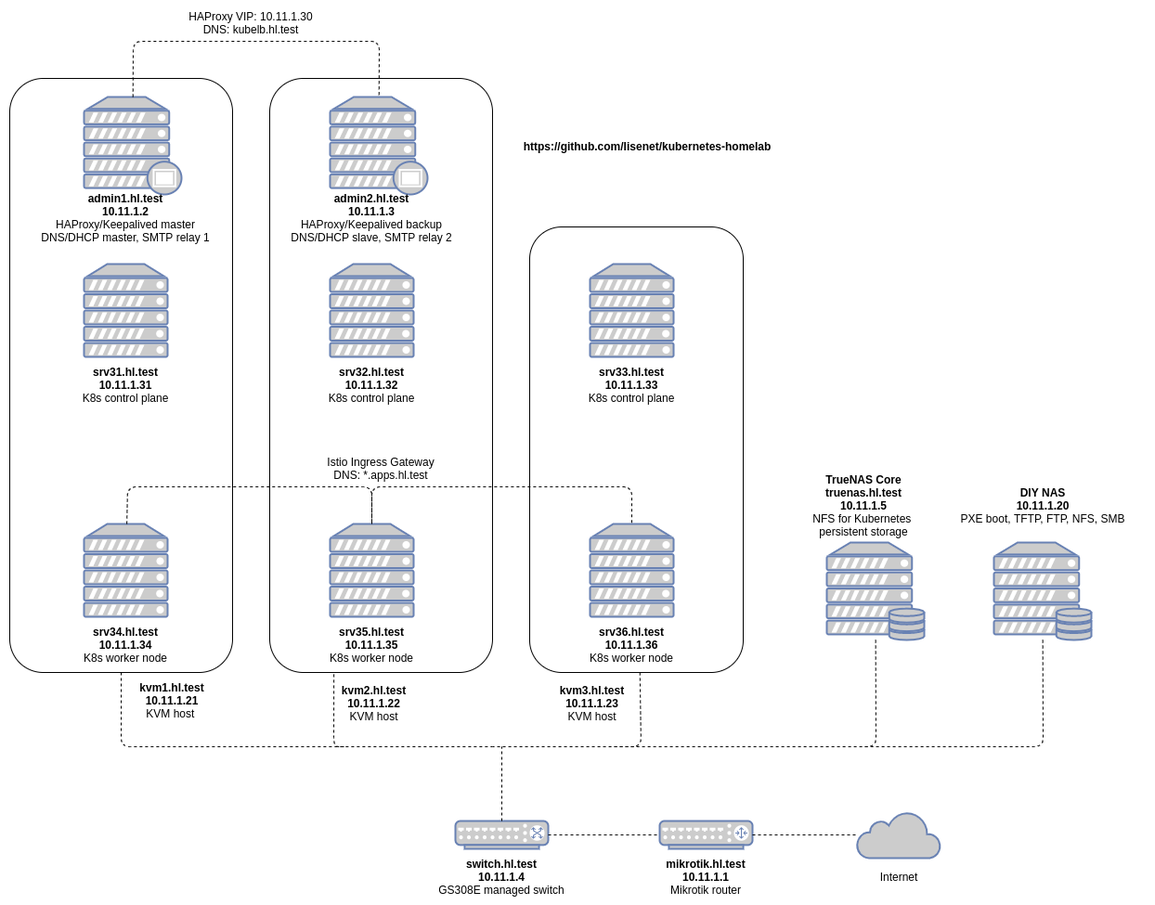
Earlier version of the draw.io export docs/kubernetes-homelab-diagram.png (lisenet/kubernetes-homelab). Source tidied: cells renumbered, new cells last; positions are measured from the earlier drawing's top-left corner, leaving out a move shared by most shapes. The source it was exported from:
```xml
<mxGraphModel>
  <root>
    <mxCell id="0" />
    <mxCell id="1" parent="0" />
    <mxCell id="2" style="fontColor=#0066CC;verticalAlign=top;verticalLabelPosition=bottom;labelPosition=center;align=center;html=1;fillColor=#CCCCCC;strokeColor=#6881B3;gradientColor=none;gradientDirection=north;strokeWidth=2;shape=mxgraph.networks.server;" parent="1" vertex="1">
      <mxGeometry x="80" y="270" width="90" height="100" as="geometry" />
    </mxCell>
    <mxCell id="3" style="fontColor=#0066CC;verticalAlign=top;verticalLabelPosition=bottom;labelPosition=center;align=center;html=1;outlineConnect=0;fillColor=#CCCCCC;strokeColor=#6881B3;gradientColor=none;gradientDirection=north;strokeWidth=2;shape=mxgraph.networks.server;" parent="1" vertex="1">
      <mxGeometry x="80" y="550" width="90" height="100" as="geometry" />
    </mxCell>
    <mxCell id="4" style="fontColor=#0066CC;verticalAlign=top;verticalLabelPosition=bottom;labelPosition=center;align=center;html=1;outlineConnect=0;fillColor=#CCCCCC;strokeColor=#6881B3;gradientColor=none;gradientDirection=north;strokeWidth=2;shape=mxgraph.networks.proxy_server;" parent="1" vertex="1">
      <mxGeometry x="80" y="90" width="105" height="105" as="geometry" />
    </mxCell>
    <mxCell id="5" value="&lt;b&gt;admin1.hl.test&lt;br&gt;10.11.1.2&lt;br&gt;&lt;/b&gt;HAProxy/Keepalived master&lt;br&gt;DNS/DHCP master, SMTP relay 1" style="text;html=1;strokeColor=none;fillColor=none;align=center;verticalAlign=middle;whiteSpace=wrap;rounded=0;" parent="1" vertex="1">
      <mxGeometry x="15" y="210" width="220" height="20" as="geometry" />
    </mxCell>
    <mxCell id="6" value="&lt;b&gt;srv31.hl.test&lt;br&gt;10.11.1.31&lt;br&gt;&lt;/b&gt;K8s control plane" style="text;html=1;strokeColor=none;fillColor=none;align=center;verticalAlign=middle;whiteSpace=wrap;rounded=0;" parent="1" vertex="1">
      <mxGeometry x="15" y="390" width="220" height="20" as="geometry" />
    </mxCell>
    <mxCell id="7" value="&lt;b&gt;srv34.hl.test&lt;br&gt;10.11.1.34&lt;br&gt;&lt;/b&gt;K8s worker node" style="text;html=1;strokeColor=none;fillColor=none;align=center;verticalAlign=middle;whiteSpace=wrap;rounded=0;" parent="1" vertex="1">
      <mxGeometry x="15" y="670" width="220" height="20" as="geometry" />
    </mxCell>
    <mxCell id="8" style="fontColor=#0066CC;verticalAlign=top;verticalLabelPosition=bottom;labelPosition=center;align=center;html=1;fillColor=#CCCCCC;strokeColor=#6881B3;gradientColor=none;gradientDirection=north;strokeWidth=2;shape=mxgraph.networks.server;" parent="1" vertex="1">
      <mxGeometry x="345" y="270" width="90" height="100" as="geometry" />
    </mxCell>
    <mxCell id="9" style="fontColor=#0066CC;verticalAlign=top;verticalLabelPosition=bottom;labelPosition=center;align=center;html=1;outlineConnect=0;fillColor=#CCCCCC;strokeColor=#6881B3;gradientColor=none;gradientDirection=north;strokeWidth=2;shape=mxgraph.networks.server;" parent="1" vertex="1">
      <mxGeometry x="345" y="550" width="90" height="100" as="geometry" />
    </mxCell>
    <mxCell id="10" style="fontColor=#0066CC;verticalAlign=top;verticalLabelPosition=bottom;labelPosition=center;align=center;html=1;outlineConnect=0;fillColor=#CCCCCC;strokeColor=#6881B3;gradientColor=none;gradientDirection=north;strokeWidth=2;shape=mxgraph.networks.proxy_server;" parent="1" vertex="1">
      <mxGeometry x="345" y="90" width="105" height="105" as="geometry" />
    </mxCell>
    <mxCell id="11" value="&lt;b&gt;admin2.hl.test&lt;br&gt;10.11.1.3&lt;br&gt;&lt;/b&gt;HAProxy/Keepalived backup&lt;br&gt;DNS/DHCP slave, SMTP relay 2" style="text;html=1;strokeColor=none;fillColor=none;align=center;verticalAlign=middle;whiteSpace=wrap;rounded=0;" parent="1" vertex="1">
      <mxGeometry x="280" y="210" width="220" height="20" as="geometry" />
    </mxCell>
    <mxCell id="12" value="&lt;b&gt;srv32.hl.test&lt;br&gt;10.11.1.32&lt;br&gt;&lt;/b&gt;K8s control plane" style="text;html=1;strokeColor=none;fillColor=none;align=center;verticalAlign=middle;whiteSpace=wrap;rounded=0;" parent="1" vertex="1">
      <mxGeometry x="280" y="390" width="220" height="20" as="geometry" />
    </mxCell>
    <mxCell id="13" value="&lt;b&gt;srv35.hl.test&lt;br&gt;10.11.1.35&lt;br&gt;&lt;/b&gt;K8s worker node" style="text;html=1;strokeColor=none;fillColor=none;align=center;verticalAlign=middle;whiteSpace=wrap;rounded=0;" parent="1" vertex="1">
      <mxGeometry x="280" y="670" width="220" height="20" as="geometry" />
    </mxCell>
    <mxCell id="14" style="fontColor=#0066CC;verticalAlign=top;verticalLabelPosition=bottom;labelPosition=center;align=center;html=1;fillColor=#CCCCCC;strokeColor=#6881B3;gradientColor=none;gradientDirection=north;strokeWidth=2;shape=mxgraph.networks.server;" parent="1" vertex="1">
      <mxGeometry x="625" y="270" width="90" height="100" as="geometry" />
    </mxCell>
    <mxCell id="15" style="fontColor=#0066CC;verticalAlign=top;verticalLabelPosition=bottom;labelPosition=center;align=center;html=1;outlineConnect=0;fillColor=#CCCCCC;strokeColor=#6881B3;gradientColor=none;gradientDirection=north;strokeWidth=2;shape=mxgraph.networks.server;" parent="1" vertex="1">
      <mxGeometry x="625" y="550" width="90" height="100" as="geometry" />
    </mxCell>
    <mxCell id="16" value="&lt;b&gt;srv33.hl.test&lt;br&gt;10.11.1.33&lt;br&gt;&lt;/b&gt;K8s control plane" style="text;html=1;strokeColor=none;fillColor=none;align=center;verticalAlign=middle;whiteSpace=wrap;rounded=0;" parent="1" vertex="1">
      <mxGeometry x="560" y="390" width="220" height="20" as="geometry" />
    </mxCell>
    <mxCell id="17" value="&lt;b&gt;srv36.hl.test&lt;br&gt;10.11.1.36&lt;br&gt;&lt;/b&gt;K8s worker node" style="text;html=1;strokeColor=none;fillColor=none;align=center;verticalAlign=middle;whiteSpace=wrap;rounded=0;" parent="1" vertex="1">
      <mxGeometry x="560" y="670" width="220" height="20" as="geometry" />
    </mxCell>
    <mxCell id="18" style="rounded=1;whiteSpace=wrap;html=1;fillColor=none;" parent="1" vertex="1">
      <mxGeometry y="70" width="240" height="640" as="geometry" />
    </mxCell>
    <mxCell id="19" style="rounded=1;whiteSpace=wrap;html=1;fillColor=none;" parent="1" vertex="1">
      <mxGeometry x="280" y="70" width="240" height="640" as="geometry" />
    </mxCell>
    <mxCell id="20" style="rounded=1;whiteSpace=wrap;html=1;fillColor=none;" parent="1" vertex="1">
      <mxGeometry x="560" y="230" width="230" height="480" as="geometry" />
    </mxCell>
    <mxCell id="21" value="&lt;b&gt;kvm1.hl.test&lt;br&gt;10.11.1.21&lt;/b&gt;&lt;br&gt;KVM host&amp;nbsp;" style="text;html=1;strokeColor=none;fillColor=none;align=center;verticalAlign=middle;whiteSpace=wrap;rounded=0;" parent="1" vertex="1">
      <mxGeometry x="40" y="730" width="270" height="20" as="geometry" />
    </mxCell>
    <mxCell id="22" value="&lt;b&gt;kvm2.hl.test&lt;br&gt;10.11.1.22&lt;/b&gt;&lt;br&gt;KVM host&lt;br&gt;&amp;nbsp;" style="text;html=1;strokeColor=none;fillColor=none;align=center;verticalAlign=middle;whiteSpace=wrap;rounded=0;" parent="1" vertex="1">
      <mxGeometry x="255" y="740" width="275" height="20" as="geometry" />
    </mxCell>
    <mxCell id="23" value="&lt;b&gt;kvm3.hl.test&lt;br&gt;10.11.1.23&lt;/b&gt;&lt;br&gt;KVM host&lt;br&gt;&amp;nbsp;" style="text;html=1;strokeColor=none;fillColor=none;align=center;verticalAlign=middle;whiteSpace=wrap;rounded=0;" parent="1" vertex="1">
      <mxGeometry x="490" y="740" width="275" height="20" as="geometry" />
    </mxCell>
    <mxCell id="24" style="endArrow=none;dashed=1;html=1;" parent="1" edge="1" source="4" target="10">
      <mxGeometry relative="1" as="geometry">
        <Array as="points">
          <mxPoint x="133" y="30" />
          <mxPoint x="398" y="30" />
        </Array>
      </mxGeometry>
    </mxCell>
    <mxCell id="25" value="HAProxy VIP: 10.11.1.30&lt;br&gt;DNS: kubelb.hl.test" style="text;html=1;strokeColor=none;fillColor=none;align=center;verticalAlign=middle;whiteSpace=wrap;rounded=0;" parent="1" vertex="1">
      <mxGeometry x="190" width="140" height="20" as="geometry" />
    </mxCell>
    <mxCell id="26" value="&lt;b&gt;https://github.com/lisenet/kubernetes-homelab&lt;/b&gt;" style="text;html=1;strokeColor=none;fillColor=none;align=center;verticalAlign=middle;whiteSpace=wrap;rounded=0;" parent="1" vertex="1">
      <mxGeometry x="547" y="132.5" width="280" height="20" as="geometry" />
    </mxCell>
    <mxCell id="27" style="fontColor=#0066CC;verticalAlign=top;verticalLabelPosition=bottom;labelPosition=center;align=center;html=1;outlineConnect=0;fillColor=#CCCCCC;strokeColor=#6881B3;gradientColor=none;gradientDirection=north;strokeWidth=2;shape=mxgraph.networks.server_storage;" parent="1" vertex="1">
      <mxGeometry x="1060" y="570" width="105" height="105" as="geometry" />
    </mxCell>
    <mxCell id="28" value="&lt;b&gt;DIY NAS&lt;br&gt;10.11.1.20&lt;br&gt;&lt;/b&gt;PXE boot, TFTP, FTP, NFS, SMB" style="text;html=1;strokeColor=none;fillColor=none;align=center;verticalAlign=middle;whiteSpace=wrap;rounded=0;" parent="1" vertex="1">
      <mxGeometry x="1002.5" y="520" width="220" height="20" as="geometry" />
    </mxCell>
    <mxCell id="29" style="fontColor=#0066CC;verticalAlign=top;verticalLabelPosition=bottom;labelPosition=center;align=center;html=1;outlineConnect=0;fillColor=#CCCCCC;strokeColor=#6881B3;gradientColor=none;gradientDirection=north;strokeWidth=2;shape=mxgraph.networks.server_storage;" parent="1" vertex="1">
      <mxGeometry x="880" y="570" width="105" height="105" as="geometry" />
    </mxCell>
    <mxCell id="30" value="&lt;b&gt;TrueNAS Core&lt;br&gt;truenas.hl.test&lt;br&gt;10.11.1.5&lt;br&gt;&lt;/b&gt;NFS for Kubernetes &lt;br&gt;persistent storage" style="text;html=1;strokeColor=none;fillColor=none;align=center;verticalAlign=middle;whiteSpace=wrap;rounded=0;" parent="1" vertex="1">
      <mxGeometry x="810" y="520" width="220" height="20" as="geometry" />
    </mxCell>
    <mxCell id="31" style="endArrow=none;dashed=1;html=1;" parent="1" edge="1" source="3" target="9">
      <mxGeometry relative="1" as="geometry">
        <Array as="points">
          <mxPoint x="127" y="510" />
          <mxPoint x="390" y="510" />
        </Array>
      </mxGeometry>
    </mxCell>
    <mxCell id="32" style="endArrow=none;dashed=1;html=1;entryX=0.5;entryY=0;entryDx=0;entryDy=0;entryPerimeter=0;" parent="1" edge="1" source="9" target="15">
      <mxGeometry relative="1" as="geometry">
        <Array as="points">
          <mxPoint x="390" y="510" />
          <mxPoint x="670" y="510" />
        </Array>
      </mxGeometry>
    </mxCell>
    <mxCell id="33" value="Istio Ingress Gateway&lt;br&gt;DNS: *.apps.hl.test" style="text;html=1;strokeColor=none;fillColor=none;align=center;verticalAlign=middle;whiteSpace=wrap;rounded=0;" parent="1" vertex="1">
      <mxGeometry x="330" y="480" width="140" height="20" as="geometry" />
    </mxCell>
    <mxCell id="34" style="fontColor=#0066CC;verticalAlign=top;verticalLabelPosition=bottom;labelPosition=center;align=center;html=1;outlineConnect=0;fillColor=#CCCCCC;strokeColor=#6881B3;gradientColor=none;gradientDirection=north;strokeWidth=2;shape=mxgraph.networks.switch;" parent="1" vertex="1">
      <mxGeometry x="480" y="870" width="100" height="30" as="geometry" />
    </mxCell>
    <mxCell id="35" value="&lt;b&gt;switch.hl.test&lt;/b&gt;&lt;br&gt;&lt;b&gt;10.11.1.4&lt;/b&gt;&lt;br&gt;GS308E managed switch" style="text;html=1;strokeColor=none;fillColor=none;align=center;verticalAlign=middle;whiteSpace=wrap;rounded=0;" parent="1" vertex="1">
      <mxGeometry x="420" y="920" width="220" height="20" as="geometry" />
    </mxCell>
    <mxCell id="36" style="endArrow=none;dashed=1;html=1;exitX=0.5;exitY=1;exitDx=0;exitDy=0;" parent="1" edge="1" source="18">
      <mxGeometry relative="1" as="geometry">
        <mxPoint x="520" y="790" as="targetPoint" />
        <Array as="points">
          <mxPoint x="120" y="790" />
        </Array>
      </mxGeometry>
    </mxCell>
    <mxCell id="37" style="endArrow=none;dashed=1;html=1;exitX=0.288;exitY=1.003;exitDx=0;exitDy=0;exitPerimeter=0;" parent="1" edge="1" source="19">
      <mxGeometry relative="1" as="geometry">
        <mxPoint x="360" y="790" as="targetPoint" />
        <Array as="points">
          <mxPoint x="349" y="790" />
        </Array>
      </mxGeometry>
    </mxCell>
    <mxCell id="38" style="endArrow=none;dashed=1;html=1;" parent="1" edge="1" source="20">
      <mxGeometry relative="1" as="geometry">
        <mxPoint x="520" y="790" as="targetPoint" />
        <Array as="points">
          <mxPoint x="680" y="790" />
        </Array>
      </mxGeometry>
    </mxCell>
    <mxCell id="39" style="endArrow=none;dashed=1;html=1;" parent="1" edge="1" source="29">
      <mxGeometry relative="1" as="geometry">
        <mxPoint x="650" y="790" as="targetPoint" />
        <Array as="points">
          <mxPoint x="933" y="790" />
        </Array>
      </mxGeometry>
    </mxCell>
    <mxCell id="40" style="endArrow=none;dashed=1;html=1;" parent="1" edge="1" source="27">
      <mxGeometry relative="1" as="geometry">
        <mxPoint x="920" y="790" as="targetPoint" />
        <Array as="points">
          <mxPoint x="1113" y="790" />
        </Array>
      </mxGeometry>
    </mxCell>
    <mxCell id="41" style="endArrow=none;dashed=1;html=1;" parent="1" edge="1" source="34">
      <mxGeometry relative="1" as="geometry">
        <mxPoint x="530" y="790" as="targetPoint" />
      </mxGeometry>
    </mxCell>
    <mxCell id="42" style="fontColor=#0066CC;verticalAlign=top;verticalLabelPosition=bottom;labelPosition=center;align=center;html=1;outlineConnect=0;fillColor=#CCCCCC;strokeColor=#6881B3;gradientColor=none;gradientDirection=north;strokeWidth=2;shape=mxgraph.networks.router;" parent="1" vertex="1">
      <mxGeometry x="700" y="870" width="100" height="30" as="geometry" />
    </mxCell>
    <mxCell id="43" style="endArrow=none;dashed=1;html=1;" parent="1" edge="1" source="34" target="42">
      <mxGeometry relative="1" as="geometry" />
    </mxCell>
    <mxCell id="44" value="&lt;b&gt;mikrotik.hl.test&lt;/b&gt;&lt;br&gt;&lt;b&gt;10.11.1.1&lt;/b&gt;&lt;br&gt;Mikrotik router" style="text;html=1;strokeColor=none;fillColor=none;align=center;verticalAlign=middle;whiteSpace=wrap;rounded=0;" parent="1" vertex="1">
      <mxGeometry x="640" y="920" width="220" height="20" as="geometry" />
    </mxCell>
    <mxCell id="45" style="html=1;outlineConnect=0;fillColor=#CCCCCC;strokeColor=#6881B3;gradientColor=none;gradientDirection=north;strokeWidth=2;shape=mxgraph.networks.cloud;fontColor=#ffffff;" parent="1" vertex="1">
      <mxGeometry x="912.5" y="860" width="90" height="50" as="geometry" />
    </mxCell>
    <mxCell id="46" style="endArrow=none;dashed=1;html=1;" parent="1" edge="1" source="42" target="45">
      <mxGeometry relative="1" as="geometry" />
    </mxCell>
    <mxCell id="47" value="Internet" style="text;html=1;strokeColor=none;fillColor=none;align=center;verticalAlign=middle;whiteSpace=wrap;rounded=0;" parent="1" vertex="1">
      <mxGeometry x="847.5" y="920" width="220" height="20" as="geometry" />
    </mxCell>
  </root>
</mxGraphModel>
```
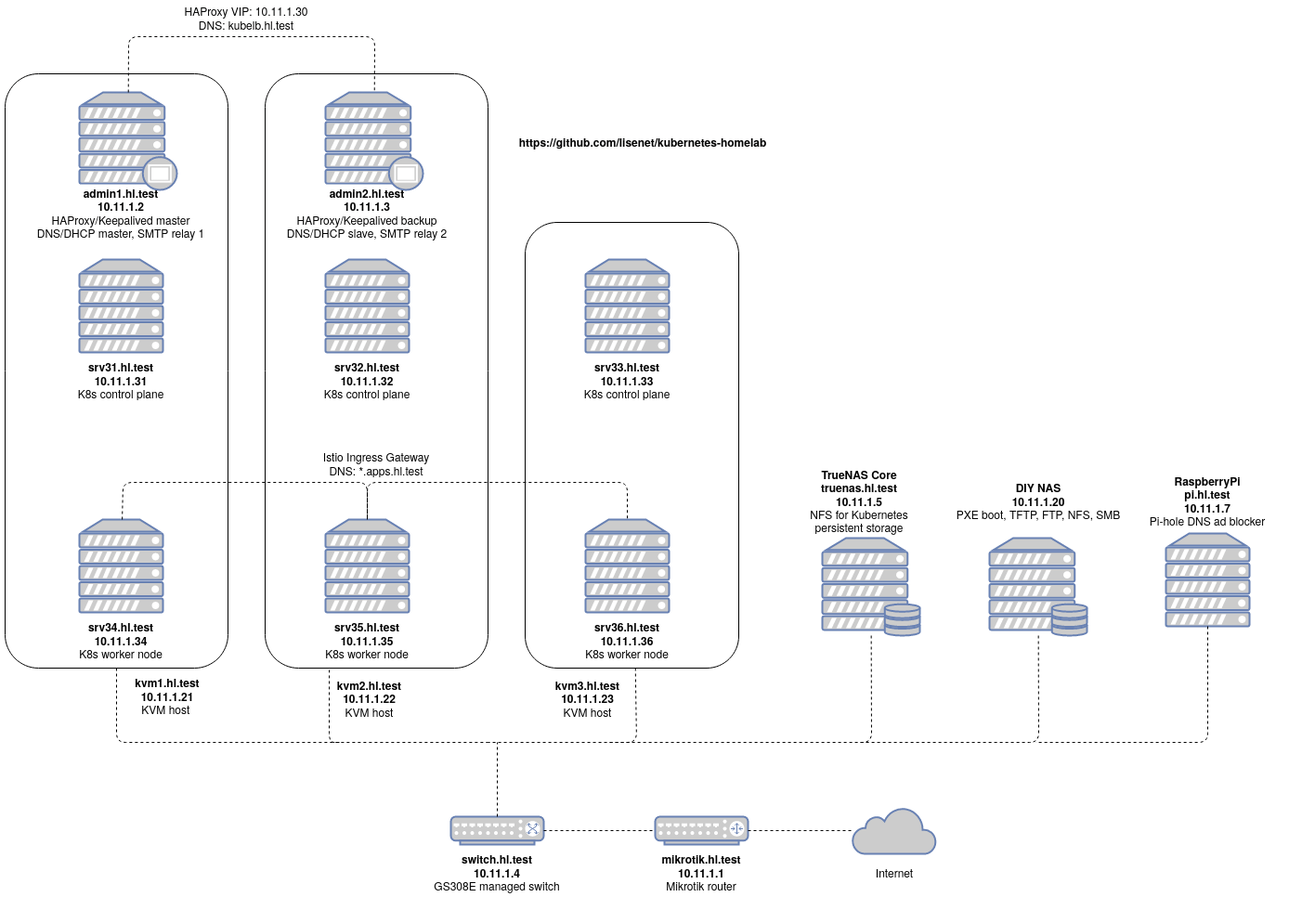
The same file after the commit.

Commit message:
Update homelab diagram and add Pi-hole

Change to the diagram source:
```diff
@@ -182,5 +182,20 @@
     <mxCell id="47" value="Internet" style="text;html=1;strokeColor=none;fillColor=none;align=center;verticalAlign=middle;whiteSpace=wrap;rounded=0;" parent="1" vertex="1">
       <mxGeometry x="847.5" y="920" width="220" height="20" as="geometry" />
     </mxCell>
+    <mxCell id="48" style="fontColor=#0066CC;verticalAlign=top;verticalLabelPosition=bottom;labelPosition=center;align=center;html=1;outlineConnect=0;fillColor=#CCCCCC;strokeColor=#6881B3;gradientColor=none;gradientDirection=north;strokeWidth=2;shape=mxgraph.networks.server;" parent="1" vertex="1">
+      <mxGeometry x="1250" y="565" width="90" height="100" as="geometry" />
+    </mxCell>
+    <mxCell id="49" value="&lt;b&gt;RaspberryPi&lt;br&gt;pi.hl.test&lt;br&gt;10.11.1.7&lt;br&gt;&lt;/b&gt;Pi-hole DNS ad blocker" style="text;html=1;strokeColor=none;fillColor=none;align=center;verticalAlign=middle;whiteSpace=wrap;rounded=0;" parent="1" vertex="1">
+      <mxGeometry x="1185" y="520" width="220" height="20" as="geometry" />
+    </mxCell>
+    <mxCell id="50" style="endArrow=none;dashed=1;html=1;" parent="1" edge="1" source="48">
+      <mxGeometry relative="1" as="geometry">
+        <mxPoint x="1110" y="790" as="targetPoint" />
+        <Array as="points">
+          <mxPoint x="1295" y="790" />
+          <mxPoint x="1110" y="790" />
+        </Array>
+      </mxGeometry>
+    </mxCell>
   </root>
 </mxGraphModel>
```
